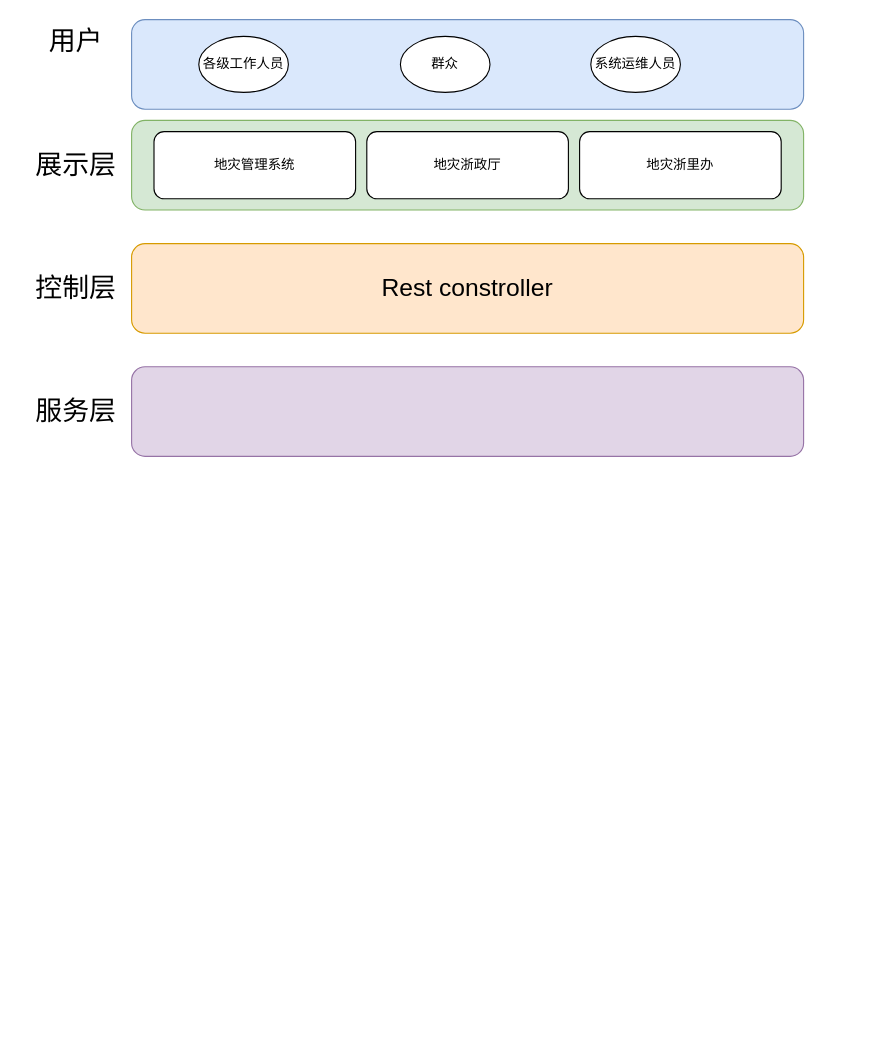
shoacom/docs keeps this draw.io diagram as 柯城地灾架构.drawio. Above is the earlier version. Source tidied: cells renumbered, new cells numbered last; positions are measured from the earlier drawing's top-left corner, leaving out a move shared by most shapes. Both pictures are drawn from the tidied source at 112%, with x=0, y=0 at pixel (19, 19).
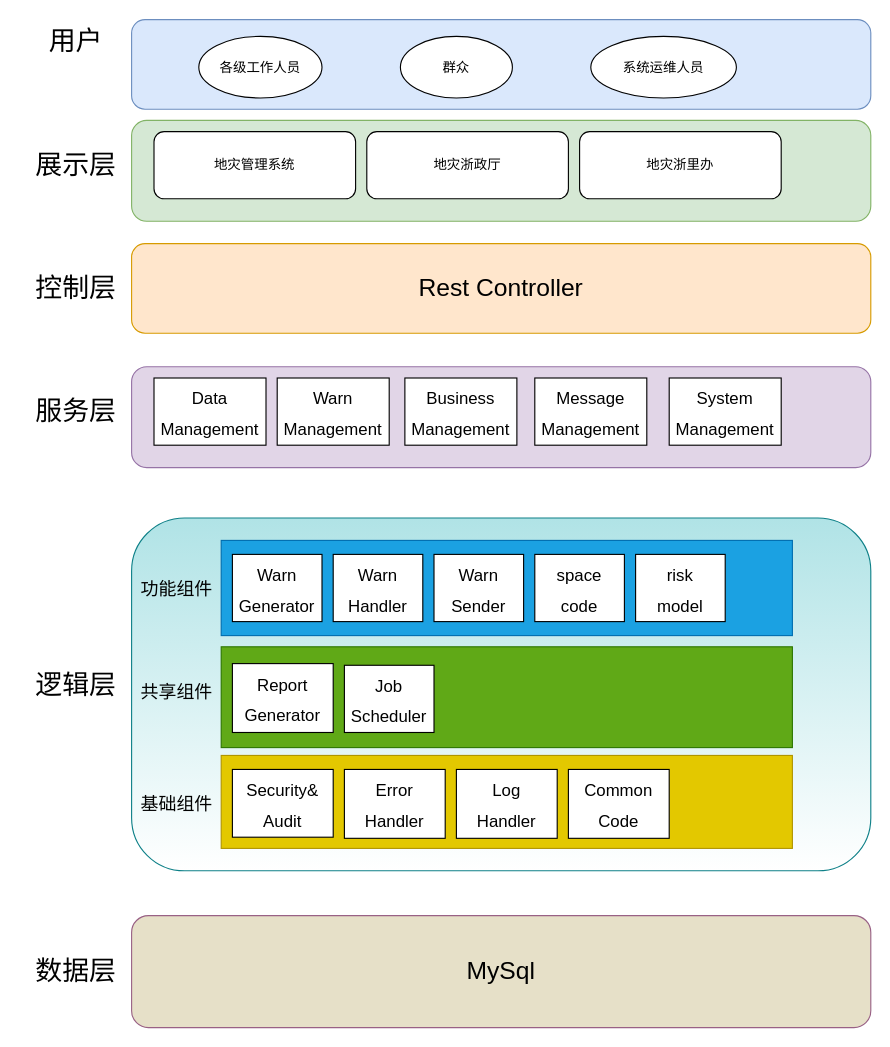
After the change.

Commit message (it also covers changes not shown here):
Update 柯城地灾架构.drawio

Diff of the diagram source:
```diff
@@
     <mxCell id="4" style="rounded=1;whiteSpace=wrap;html=1;strokeColor=#82b366;fillColor=#d5e8d4;fontColor=default;" parent="1" vertex="1">
-      <mxGeometry x="100" y="90" width="600" height="80" as="geometry" />
+      <mxGeometry x="100" y="90" width="660" height="90" as="geometry" />
     </mxCell>
@@
     <mxCell id="8" style="rounded=1;whiteSpace=wrap;html=1;strokeColor=#6c8ebf;fillColor=#dae8fc;fontColor=default;" parent="1" vertex="1">
-      <mxGeometry x="100" width="600" height="80" as="geometry" />
+      <mxGeometry x="100" width="660" height="80" as="geometry" />
     </mxCell>
     <mxCell id="9" value="各级工作人员" style="ellipse;whiteSpace=wrap;html=1;fontColor=default;strokeColor=default;fillColor=default;" parent="1" vertex="1">
-      <mxGeometry x="160" y="15" width="80" height="50" as="geometry" />
+      <mxGeometry x="160" y="15" width="110" height="55" as="geometry" />
     </mxCell>
     <mxCell id="10" value="群众" style="ellipse;whiteSpace=wrap;html=1;fontColor=default;strokeColor=default;fillColor=default;" parent="1" vertex="1">
-      <mxGeometry x="340" y="15" width="80" height="50" as="geometry" />
+      <mxGeometry x="340" y="15" width="100" height="55" as="geometry" />
     </mxCell>
     <mxCell id="11" value="系统运维人员" style="ellipse;whiteSpace=wrap;html=1;fontColor=default;strokeColor=default;fillColor=default;" parent="1" vertex="1">
-      <mxGeometry x="510" y="15" width="80" height="50" as="geometry" />
+      <mxGeometry x="510" y="15" width="130" height="55" as="geometry" />
     </mxCell>
-    <mxCell id="12" value="Rest constroller" style="rounded=1;whiteSpace=wrap;html=1;strokeColor=#d79b00;fillColor=#ffe6cc;fontColor=default;fontSize=22;" parent="1" vertex="1">
-      <mxGeometry x="100" y="200" width="600" height="80" as="geometry" />
+    <mxCell id="12" value="Rest Controller" style="rounded=1;whiteSpace=wrap;html=1;strokeColor=#d79b00;fillColor=#ffe6cc;fontColor=default;fontSize=22;" parent="1" vertex="1">
+      <mxGeometry x="100" y="200" width="660" height="80" as="geometry" />
     </mxCell>
@@
     <mxCell id="14" style="rounded=1;whiteSpace=wrap;html=1;strokeColor=#9673a6;fillColor=#e1d5e7;fontColor=default;" parent="1" vertex="1">
-      <mxGeometry x="100" y="310" width="600" height="80" as="geometry" />
+      <mxGeometry x="100" y="310" width="660" height="90" as="geometry" />
     </mxCell>
@@
+    <mxCell id="16" value="&lt;font style=&quot;font-size: 15px&quot;&gt;Data Management&lt;/font&gt;" style="rounded=0;whiteSpace=wrap;html=1;fontSize=22;fontColor=default;strokeColor=default;fillColor=default;" parent="1" vertex="1">
+      <mxGeometry x="120" y="320" width="100" height="60" as="geometry" />
+    </mxCell>
+    <mxCell id="17" value="&lt;font style=&quot;font-size: 15px&quot;&gt;Warn&lt;br&gt;Management&lt;/font&gt;" style="rounded=0;whiteSpace=wrap;html=1;fontSize=22;fontColor=default;strokeColor=default;fillColor=default;" parent="1" vertex="1">
+      <mxGeometry x="230" y="320" width="100" height="60" as="geometry" />
+    </mxCell>
+    <mxCell id="18" value="&lt;font style=&quot;font-size: 15px&quot;&gt;Business&lt;br&gt;Management&lt;/font&gt;" style="rounded=0;whiteSpace=wrap;html=1;fontSize=22;fontColor=default;strokeColor=default;fillColor=default;" parent="1" vertex="1">
+      <mxGeometry x="344" y="320" width="100" height="60" as="geometry" />
+    </mxCell>
+    <mxCell id="19" value="&lt;font style=&quot;font-size: 15px&quot;&gt;System&lt;br&gt;Management&lt;/font&gt;" style="rounded=0;whiteSpace=wrap;html=1;fontSize=22;fontColor=default;strokeColor=default;fillColor=default;" parent="1" vertex="1">
+      <mxGeometry x="580" y="320" width="100" height="60" as="geometry" />
+    </mxCell>
+    <mxCell id="20" value="逻辑层" style="text;strokeColor=none;fillColor=none;html=1;fontSize=24;fontStyle=0;verticalAlign=middle;align=center;fontColor=default;" parent="1" vertex="1">
+      <mxGeometry y="575" width="100" height="40" as="geometry" />
+    </mxCell>
+    <mxCell id="21" style="rounded=1;whiteSpace=wrap;html=1;fillColor=#b0e3e6;strokeColor=#0e8088;fontColor=default;gradientColor=#ffffff;" parent="1" vertex="1">
+      <mxGeometry x="100" y="445" width="660" height="315" as="geometry" />
+    </mxCell>
+    <mxCell id="22" style="rounded=0;whiteSpace=wrap;html=1;fontSize=15;strokeColor=#006EAF;fillColor=#1ba1e2;fontColor=#ffffff;" parent="1" vertex="1">
+      <mxGeometry x="180" y="465" width="510" height="85" as="geometry" />
+    </mxCell>
+    <mxCell id="23" value="&lt;font style=&quot;font-size: 15px&quot;&gt;Message&lt;br&gt;Management&lt;/font&gt;" style="rounded=0;whiteSpace=wrap;html=1;fontSize=22;fontColor=default;strokeColor=default;fillColor=default;" parent="1" vertex="1">
+      <mxGeometry x="460" y="320" width="100" height="60" as="geometry" />
+    </mxCell>
+    <mxCell id="24" style="rounded=0;whiteSpace=wrap;html=1;fontSize=15;strokeColor=#2D7600;fillColor=#60a917;fontColor=#ffffff;" parent="1" vertex="1">
+      <mxGeometry x="180" y="560" width="510" height="90" as="geometry" />
+    </mxCell>
+    <mxCell id="25" style="rounded=0;whiteSpace=wrap;html=1;fontSize=15;strokeColor=#B09500;fillColor=#e3c800;fontColor=#000000;" parent="1" vertex="1">
+      <mxGeometry x="180" y="657" width="510" height="83" as="geometry" />
+    </mxCell>
+    <mxCell id="26" value="功能组件" style="text;strokeColor=none;fillColor=none;html=1;fontSize=16;fontStyle=0;verticalAlign=middle;align=center;fontColor=default;" parent="1" vertex="1">
+      <mxGeometry x="90" y="487.5" width="100" height="40" as="geometry" />
+    </mxCell>
+    <mxCell id="27" value="共享组件" style="text;strokeColor=none;fillColor=none;html=1;fontSize=16;fontStyle=0;verticalAlign=middle;align=center;fontColor=default;" parent="1" vertex="1">
+      <mxGeometry x="90" y="580" width="100" height="40" as="geometry" />
+    </mxCell>
+    <mxCell id="28" value="基础组件" style="text;strokeColor=none;fillColor=none;html=1;fontSize=16;fontStyle=0;verticalAlign=middle;align=center;fontColor=default;" parent="1" vertex="1">
+      <mxGeometry x="90" y="679.5" width="100" height="40" as="geometry" />
+    </mxCell>
+    <mxCell id="29" value="&lt;span style=&quot;font-size: 15px&quot;&gt;space &lt;br&gt;code&lt;/span&gt;" style="rounded=0;whiteSpace=wrap;html=1;fontSize=22;fontColor=default;strokeColor=default;fillColor=default;" parent="1" vertex="1">
+      <mxGeometry x="460" y="477.5" width="80" height="60" as="geometry" />
+    </mxCell>
+    <mxCell id="30" value="&lt;span style=&quot;font-size: 15px&quot;&gt;Warn Generator&lt;/span&gt;" style="rounded=0;whiteSpace=wrap;html=1;fontSize=22;fontColor=default;strokeColor=default;fillColor=default;" parent="1" vertex="1">
+      <mxGeometry x="190" y="477.5" width="80" height="60" as="geometry" />
+    </mxCell>
+    <mxCell id="31" value="&lt;span style=&quot;font-size: 15px&quot;&gt;Warn Handler&lt;/span&gt;" style="rounded=0;whiteSpace=wrap;html=1;fontSize=22;fontColor=default;strokeColor=default;fillColor=default;" parent="1" vertex="1">
+      <mxGeometry x="280" y="477.5" width="80" height="60" as="geometry" />
+    </mxCell>
+    <mxCell id="32" value="&lt;span style=&quot;font-size: 15px&quot;&gt;Warn Sender&lt;/span&gt;" style="rounded=0;whiteSpace=wrap;html=1;fontSize=22;fontColor=default;strokeColor=default;fillColor=default;" parent="1" vertex="1">
+      <mxGeometry x="370" y="477.5" width="80" height="60" as="geometry" />
+    </mxCell>
+    <mxCell id="33" value="&lt;span style=&quot;font-size: 15px&quot;&gt;Security&amp;amp;&lt;br&gt;Audit&lt;br&gt;&lt;/span&gt;" style="rounded=0;whiteSpace=wrap;html=1;fontSize=22;fontColor=default;strokeColor=default;fillColor=default;" parent="1" vertex="1">
+      <mxGeometry x="190" y="669.5" width="90" height="60.5" as="geometry" />
+    </mxCell>
+    <mxCell id="34" value="&lt;span style=&quot;font-size: 15px&quot;&gt;Error &lt;br&gt;Handler&lt;/span&gt;" style="rounded=0;whiteSpace=wrap;html=1;fontSize=22;fontColor=default;strokeColor=default;fillColor=default;" parent="1" vertex="1">
+      <mxGeometry x="290" y="669.5" width="90" height="61.5" as="geometry" />
+    </mxCell>
+    <mxCell id="35" value="&lt;span style=&quot;font-size: 15px&quot;&gt;Report&lt;br&gt;Generator&lt;/span&gt;" style="rounded=0;whiteSpace=wrap;html=1;fontSize=22;fontColor=default;strokeColor=default;fillColor=default;" parent="1" vertex="1">
+      <mxGeometry x="190" y="575" width="90" height="61.5" as="geometry" />
+    </mxCell>
+    <mxCell id="36" value="数据层" style="text;strokeColor=none;fillColor=none;html=1;fontSize=24;fontStyle=0;verticalAlign=middle;align=center;fontColor=default;" parent="1" vertex="1">
+      <mxGeometry y="830" width="100" height="40" as="geometry" />
+    </mxCell>
+    <mxCell id="37" value="&lt;font style=&quot;font-size: 22px&quot;&gt;MySql&lt;/font&gt;" style="rounded=1;whiteSpace=wrap;html=1;strokeColor=#996185;fillColor=#E6E0C8;fontColor=default;" parent="1" vertex="1">
+      <mxGeometry x="100" y="800" width="660" height="100" as="geometry" />
+    </mxCell>
+    <mxCell id="38" value="&lt;span style=&quot;font-size: 15px&quot;&gt;Job&lt;br&gt;Scheduler&lt;br&gt;&lt;/span&gt;" style="rounded=0;whiteSpace=wrap;html=1;fontSize=22;fontColor=default;strokeColor=default;fillColor=default;" parent="1" vertex="1">
+      <mxGeometry x="290" y="576.5" width="80" height="60" as="geometry" />
+    </mxCell>
+    <mxCell id="39" value="&lt;span style=&quot;font-size: 15px&quot;&gt;Log&lt;br&gt;Handler&lt;/span&gt;" style="rounded=0;whiteSpace=wrap;html=1;fontSize=22;fontColor=default;strokeColor=default;fillColor=default;" parent="1" vertex="1">
+      <mxGeometry x="390" y="669.5" width="90" height="61.5" as="geometry" />
+    </mxCell>
+    <mxCell id="40" value="&lt;span style=&quot;font-size: 15px&quot;&gt;Common&lt;br&gt;Code&lt;br&gt;&lt;/span&gt;" style="rounded=0;whiteSpace=wrap;html=1;fontSize=22;fontColor=default;strokeColor=default;fillColor=default;" parent="1" vertex="1">
+      <mxGeometry x="490" y="669.5" width="90" height="61.5" as="geometry" />
+    </mxCell>
+    <mxCell id="41" value="&lt;span style=&quot;font-size: 15px&quot;&gt;risk&lt;br&gt;model&lt;/span&gt;" style="rounded=0;whiteSpace=wrap;html=1;fontSize=22;fontColor=default;strokeColor=default;fillColor=default;" parent="1" vertex="1">
+      <mxGeometry x="550" y="477.5" width="80" height="60" as="geometry" />
+    </mxCell>
```
